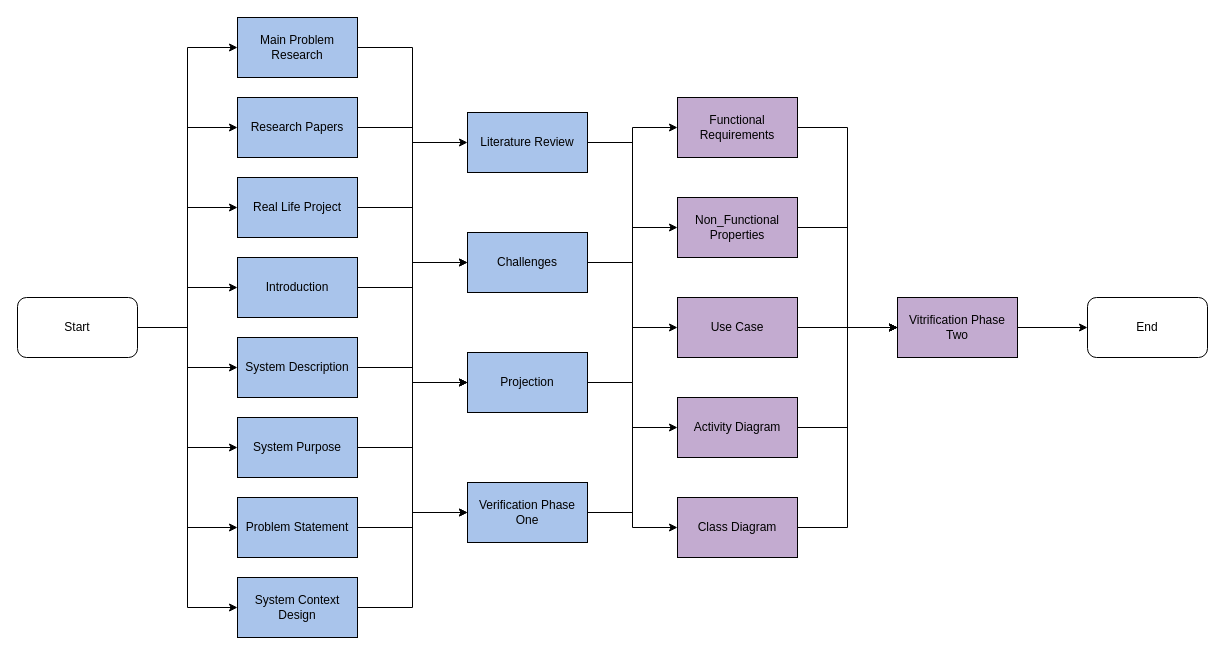
Earlier version of the draw.io diagram Models/drawing/NetworkDiagram.drawio (MrMoon/Vision). Source tidied: cells renumbered, new cells numbered last; positions are measured from the earlier drawing's top-left corner, leaving out a move shared by most shapes. Both pictures are drawn from the tidied source at 100%, with x=0, y=0 at pixel (17, 17).
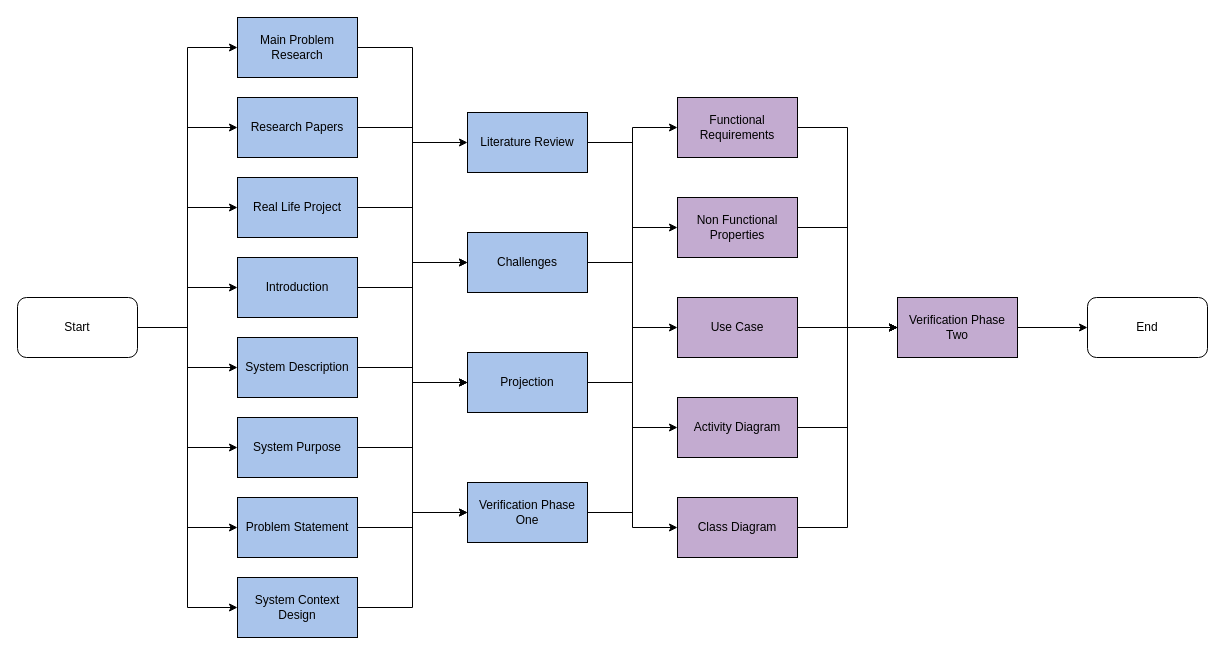
The same diagram, later.

Change to the diagram source:
```diff
@@
-    <mxCell id="39" value="Vitrification Phase Two" style="rounded=0;whiteSpace=wrap;html=1;fillColor=#C3ABD0;" parent="1" vertex="1">
+    <mxCell id="39" value="Verification Phase Two" style="rounded=0;whiteSpace=wrap;html=1;fillColor=#C3ABD0;" parent="1" vertex="1">
       <mxGeometry x="880" y="280" width="120" height="60" as="geometry" />
     </mxCell>
@@
-    <mxCell id="43" value="Non_Functional Properties" style="rounded=0;whiteSpace=wrap;html=1;fillColor=#C3ABD0;" parent="1" vertex="1">
+    <mxCell id="43" value="Non Functional Properties" style="rounded=0;whiteSpace=wrap;html=1;fillColor=#C3ABD0;" parent="1" vertex="1">
       <mxGeometry x="660" y="180" width="120" height="60" as="geometry" />
     </mxCell>
```
